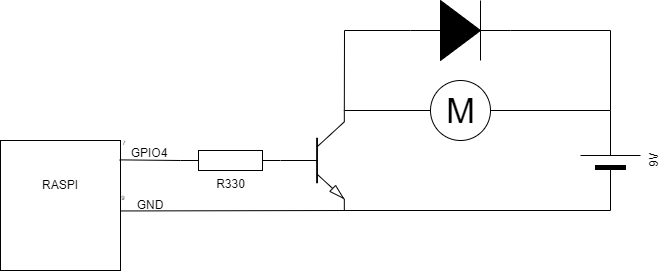
Earlier version of the draw.io export Motor schaltung.drawio.png (luctrott/phy_Project1). Source tidied: cells renumbered, new cells last; positions are measured from the earlier drawing's top-left corner, leaving out a move shared by most shapes.
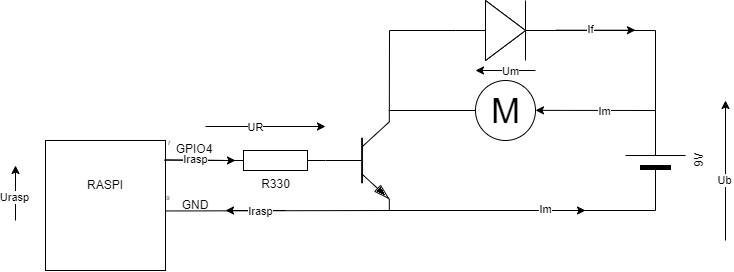
After the commit.

Commit message:
Next try

The edit, as a diff of the source:
```diff
@@ -20,9 +20,6 @@
     <mxCell id="6" value="M" style="verticalLabelPosition=middle;shadow=0;dashed=0;align=center;html=1;verticalAlign=middle;strokeWidth=1;shape=ellipse;fontSize=35;" parent="1" vertex="1">
       <mxGeometry x="430" y="80" width="60" height="60" as="geometry" />
     </mxCell>
-    <mxCell id="7" style="endArrow=none;html=1;rounded=0;entryX=1;entryY=0.5;entryDx=0;entryDy=0;entryPerimeter=0;exitX=1;exitY=0.5;exitDx=0;exitDy=0;" parent="1" edge="1" source="6" target="4">
-      <mxGeometry relative="1" as="geometry" />
-    </mxCell>
     <mxCell id="8" style="endArrow=none;html=1;rounded=0;entryX=0;entryY=0.5;entryDx=0;entryDy=0;entryPerimeter=0;" parent="1" edge="1" target="4">
       <mxGeometry relative="1" as="geometry">
         <mxPoint x="344" y="210" as="sourcePoint" />
@@ -68,7 +65,7 @@
       <mxGeometry x="120" y="190" width="60" height="30" as="geometry" />
     </mxCell>
     <mxCell id="17" value="GPIO4" style="text;html=1;strokeColor=none;fillColor=none;align=center;verticalAlign=middle;whiteSpace=wrap;rounded=0;" parent="1" vertex="1">
-      <mxGeometry x="119" y="138" width="60" height="30" as="geometry" />
+      <mxGeometry x="119" y="134" width="60" height="30" as="geometry" />
     </mxCell>
     <mxCell id="18" value="&lt;font style=&quot;font-size: 6px;&quot;&gt;7&lt;/font&gt;" style="text;html=1;strokeColor=none;fillColor=none;align=center;verticalAlign=middle;whiteSpace=wrap;rounded=0;" parent="1" vertex="1">
       <mxGeometry x="94" y="126" width="60" height="30" as="geometry" />
@@ -76,5 +73,89 @@
     <mxCell id="19" value="RASPI" style="text;html=1;strokeColor=none;fillColor=none;align=center;verticalAlign=middle;whiteSpace=wrap;rounded=0;" parent="1" vertex="1">
       <mxGeometry x="30" y="170" width="60" height="30" as="geometry" />
     </mxCell>
+    <mxCell id="20" style="endArrow=classic;html=1;rounded=0;" parent="1" edge="1">
+      <mxGeometry relative="1" as="geometry">
+        <mxPoint x="-30" y="220" as="sourcePoint" />
+        <mxPoint x="-30" y="165" as="targetPoint" />
+      </mxGeometry>
+    </mxCell>
+    <mxCell id="21" value="Urasp" style="edgeLabel;html=1;align=center;verticalAlign=middle;" parent="20" vertex="1">
+      <mxGeometry x="-0.14" y="1" relative="1" as="geometry" />
+    </mxCell>
+    <mxCell id="22" style="endArrow=classic;html=1;rounded=0;" parent="1" edge="1">
+      <mxGeometry relative="1" as="geometry">
+        <mxPoint x="119" y="159.6" as="sourcePoint" />
+        <mxPoint x="190" y="160" as="targetPoint" />
+      </mxGeometry>
+    </mxCell>
+    <mxCell id="23" value="Irasp" style="edgeLabel;html=1;align=center;verticalAlign=middle;" parent="22" vertex="1">
+      <mxGeometry x="-0.14" y="1" relative="1" as="geometry" />
+    </mxCell>
+    <mxCell id="24" style="endArrow=classic;html=1;rounded=0;" parent="1" edge="1">
+      <mxGeometry relative="1" as="geometry">
+        <mxPoint x="240" y="210" as="sourcePoint" />
+        <mxPoint x="180" y="210" as="targetPoint" />
+      </mxGeometry>
+    </mxCell>
+    <mxCell id="25" value="Irasp" style="edgeLabel;html=1;align=center;verticalAlign=middle;" parent="24" vertex="1">
+      <mxGeometry x="-0.14" y="1" relative="1" as="geometry" />
+    </mxCell>
+    <mxCell id="26" style="endArrow=classic;html=1;rounded=0;" parent="1" edge="1">
+      <mxGeometry relative="1" as="geometry">
+        <mxPoint x="610" y="110" as="sourcePoint" />
+        <mxPoint x="490" y="109.9" as="targetPoint" />
+      </mxGeometry>
+    </mxCell>
+    <mxCell id="27" value="Im" style="edgeLabel;html=1;align=center;verticalAlign=middle;" parent="26" vertex="1">
+      <mxGeometry x="-0.14" y="1" relative="1" as="geometry" />
+    </mxCell>
+    <mxCell id="28" style="endArrow=classic;html=1;rounded=0;" parent="1" edge="1">
+      <mxGeometry relative="1" as="geometry">
+        <mxPoint x="510" y="29.7" as="sourcePoint" />
+        <mxPoint x="590" y="29.7" as="targetPoint" />
+      </mxGeometry>
+    </mxCell>
+    <mxCell id="29" value="If" style="edgeLabel;html=1;align=center;verticalAlign=middle;" parent="28" vertex="1">
+      <mxGeometry x="-0.14" y="1" relative="1" as="geometry" />
+    </mxCell>
+    <mxCell id="30" style="endArrow=classic;html=1;rounded=0;" parent="1" edge="1">
+      <mxGeometry relative="1" as="geometry">
+        <mxPoint x="490" y="70" as="sourcePoint" />
+        <mxPoint x="430" y="70" as="targetPoint" />
+      </mxGeometry>
+    </mxCell>
+    <mxCell id="31" value="Um" style="edgeLabel;html=1;align=center;verticalAlign=middle;" parent="30" vertex="1">
+      <mxGeometry x="-0.14" y="1" relative="1" as="geometry" />
+    </mxCell>
+    <mxCell id="32" style="endArrow=classic;html=1;rounded=0;" parent="1" edge="1">
+      <mxGeometry relative="1" as="geometry">
+        <mxPoint x="470" y="210" as="sourcePoint" />
+        <mxPoint x="540" y="210" as="targetPoint" />
+      </mxGeometry>
+    </mxCell>
+    <mxCell id="33" value="Im" style="edgeLabel;html=1;align=center;verticalAlign=middle;" parent="32" vertex="1">
+      <mxGeometry x="-0.14" y="1" relative="1" as="geometry" />
+    </mxCell>
+    <mxCell id="34" style="endArrow=classic;html=1;rounded=0;" parent="1" edge="1">
+      <mxGeometry relative="1" as="geometry">
+        <mxPoint x="160" y="126" as="sourcePoint" />
+        <mxPoint x="280" y="126" as="targetPoint" />
+      </mxGeometry>
+    </mxCell>
+    <mxCell id="35" value="UR" style="edgeLabel;html=1;align=center;verticalAlign=middle;" parent="34" vertex="1">
+      <mxGeometry x="-0.17" y="-1" relative="1" as="geometry" />
+    </mxCell>
+    <mxCell id="36" style="endArrow=classic;html=1;rounded=0;" parent="1" edge="1">
+      <mxGeometry relative="1" as="geometry">
+        <mxPoint x="680" y="240" as="sourcePoint" />
+        <mxPoint x="680" y="100" as="targetPoint" />
+      </mxGeometry>
+    </mxCell>
+    <mxCell id="37" value="Ub" style="edgeLabel;html=1;align=center;verticalAlign=middle;" parent="36" vertex="1">
+      <mxGeometry x="-0.14" y="1" relative="1" as="geometry" />
+    </mxCell>
+    <mxCell id="38" style="triangle;whiteSpace=wrap;html=1;" parent="1" vertex="1">
+      <mxGeometry x="440" width="40" height="60" as="geometry" />
+    </mxCell>
   </root>
 </mxGraphModel>
```
